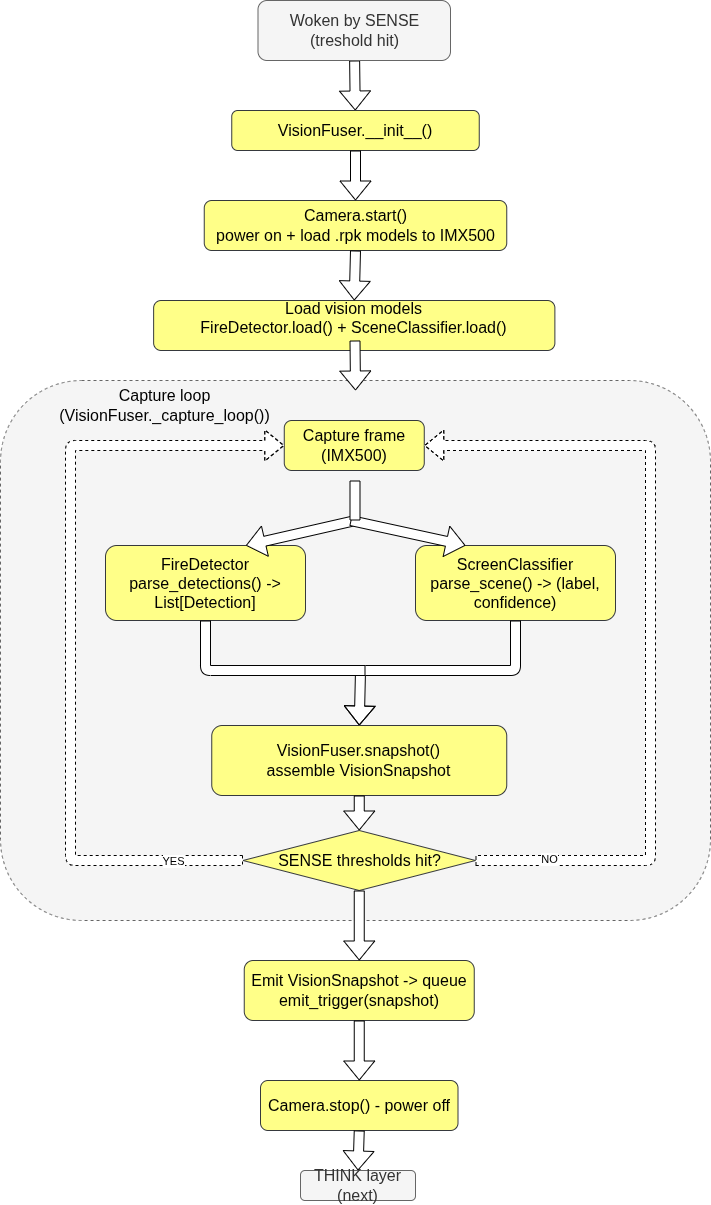
maya-fakih/smart_fire_extinguisher keeps this draw.io diagram as assets/flowchart_see.png. Above is the earlier version. Source tidied: cells renumbered, new cells last; positions are measured from the earlier drawing's top-left corner, leaving out a move shared by most shapes.
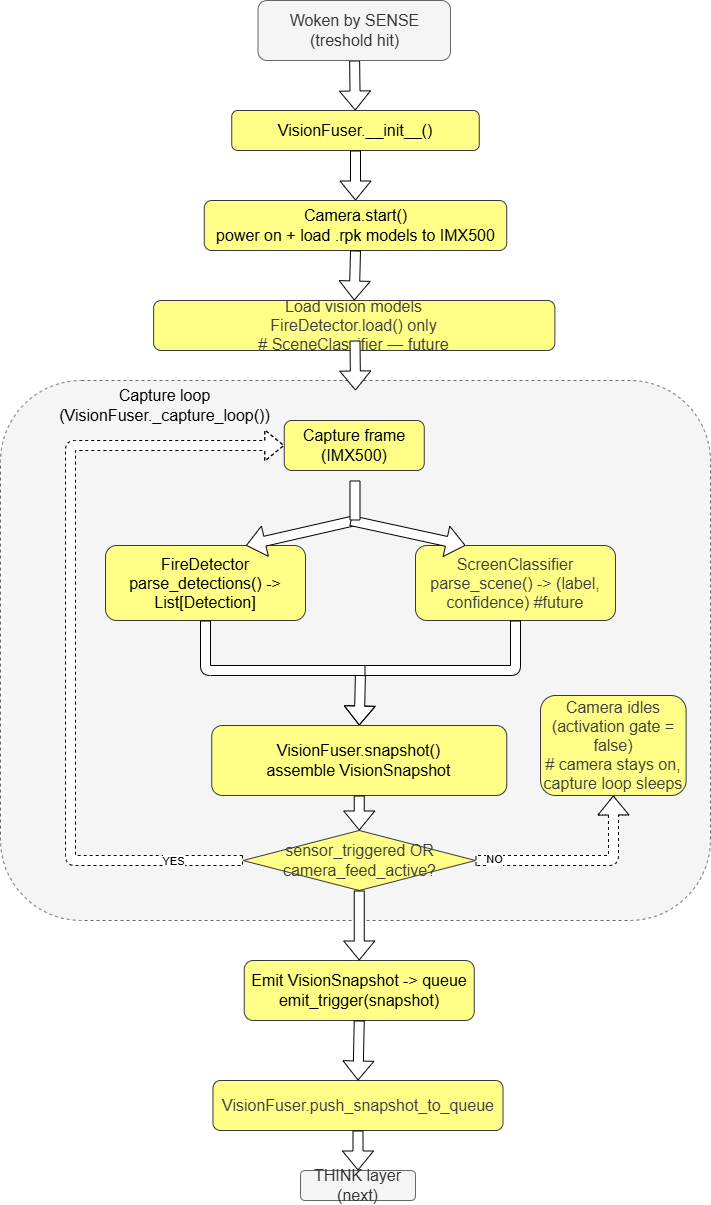
The same diagram one commit later.

Diff of the diagram source:
```diff
@@ -17,7 +17,7 @@
     <mxCell id="6" value="&lt;font style=&quot;font-size: 16px;&quot;&gt;Camera.start()&lt;/font&gt;&lt;div&gt;&lt;font style=&quot;font-size: 16px;&quot;&gt;power on + load .rpk models to IMX500&lt;/font&gt;&lt;/div&gt;" style="rounded=1;whiteSpace=wrap;html=1;fillColor=#ffff88;strokeColor=#36393d;" parent="1" vertex="1">
       <mxGeometry x="203.8" y="200" width="302.5" height="50" as="geometry" />
     </mxCell>
-    <mxCell id="7" value="&lt;font style=&quot;font-size: 16px;&quot;&gt;Load vision models&lt;/font&gt;&lt;div&gt;&lt;font style=&quot;font-size: 16px;&quot; color=&quot;#000000&quot;&gt;FireDetector.load() + SceneClassifier.load()&lt;br&gt;&lt;/font&gt;&lt;div&gt;&lt;br&gt;&lt;/div&gt;&lt;/div&gt;" style="rounded=1;whiteSpace=wrap;html=1;fillColor=#ffff88;strokeColor=#36393d;" parent="1" vertex="1">
+    <mxCell id="7" value="&lt;div&gt;&lt;div&gt;&lt;font style=&quot;scrollbar-color: rgb(226, 226, 226) rgb(251, 251, 251); font-size: 16px; color: rgb(63, 63, 63);&quot;&gt;Load vision models&lt;/font&gt;&lt;div style=&quot;scrollbar-color: rgb(226, 226, 226) rgb(251, 251, 251); color: rgb(63, 63, 63);&quot;&gt;&lt;font style=&quot;scrollbar-color: rgb(226, 226, 226) rgb(251, 251, 251); font-size: 16px; color: rgb(63, 63, 63);&quot;&gt;FireDetector.load() only&lt;br style=&quot;scrollbar-color: rgb(226, 226, 226) rgb(251, 251, 251); color: rgb(63, 63, 63);&quot;&gt;# SceneClassifier — future&lt;/font&gt;&lt;/div&gt;&lt;/div&gt;&lt;/div&gt;" style="rounded=1;whiteSpace=wrap;html=1;fillColor=#ffff88;strokeColor=#36393d;" parent="1" vertex="1">
       <mxGeometry x="153.1" y="300" width="401.2" height="50" as="geometry" />
     </mxCell>
     <mxCell id="8" style="endArrow=classic;html=1;entryX=0.5;entryY=0;entryDx=0;entryDy=0;exitX=0.5;exitY=1;exitDx=0;exitDy=0;shape=flexArrow;fillColor=default;" parent="1" edge="1" source="5" target="6">
@@ -38,7 +38,7 @@
     <mxCell id="12" value="&lt;font style=&quot;font-size: 16px;&quot;&gt;FireDetector&lt;/font&gt;&lt;div&gt;&lt;font style=&quot;font-size: 16px;&quot;&gt;parse_detections() -&amp;gt; List[Detection]&lt;/font&gt;&lt;/div&gt;" style="rounded=1;whiteSpace=wrap;html=1;fillColor=#ffff88;strokeColor=#36393d;" parent="1" vertex="1">
       <mxGeometry x="105" y="545" width="200" height="75" as="geometry" />
     </mxCell>
-    <mxCell id="13" value="&lt;font style=&quot;font-size: 16px;&quot;&gt;ScreenClassifier&lt;/font&gt;&lt;div&gt;&lt;font style=&quot;font-size: 16px;&quot;&gt;parse_scene() -&amp;gt; (label, confidence)&lt;/font&gt;&lt;/div&gt;" style="rounded=1;whiteSpace=wrap;html=1;fillColor=#ffff88;strokeColor=#36393d;" parent="1" vertex="1">
+    <mxCell id="13" value="&lt;font style=&quot;color: rgb(63, 63, 63); scrollbar-color: rgb(226, 226, 226) rgb(251, 251, 251); font-size: 16px;&quot;&gt;ScreenClassifier&lt;/font&gt;&lt;div style=&quot;color: rgb(63, 63, 63); scrollbar-color: rgb(226, 226, 226) rgb(251, 251, 251);&quot;&gt;&lt;font style=&quot;color: rgb(63, 63, 63); scrollbar-color: rgb(226, 226, 226) rgb(251, 251, 251); font-size: 16px;&quot;&gt;parse_scene() -&amp;gt; (label, confidence) #future&lt;/font&gt;&lt;/div&gt;" style="rounded=1;whiteSpace=wrap;html=1;fillColor=#ffff88;strokeColor=#36393d;" parent="1" vertex="1">
       <mxGeometry x="415" y="545" width="200" height="75" as="geometry" />
     </mxCell>
     <mxCell id="14" style="endArrow=classic;html=1;entryX=0.702;entryY=0;entryDx=0;entryDy=0;entryPerimeter=0;shape=flexArrow;fillColor=default;" parent="1" edge="1" target="12">
@@ -76,7 +76,7 @@
     <mxCell id="19" value="&lt;font style=&quot;font-size: 16px;&quot;&gt;VisionFuser.snapshot()&lt;/font&gt;&lt;div&gt;&lt;font style=&quot;font-size: 16px;&quot;&gt;assemble VisionSnapshot&lt;/font&gt;&lt;/div&gt;" style="rounded=1;whiteSpace=wrap;html=1;fillColor=#ffff88;strokeColor=#36393d;" parent="1" vertex="1">
       <mxGeometry x="211.2" y="725" width="295" height="70" as="geometry" />
     </mxCell>
-    <mxCell id="20" value="&lt;font style=&quot;font-size: 16px;&quot;&gt;SENSE thresholds hit?&lt;/font&gt;" style="rhombus;whiteSpace=wrap;html=1;fillColor=#ffff88;strokeColor=#36393d;" parent="1" vertex="1">
+    <mxCell id="20" value="&lt;span style=&quot;color: rgb(63, 63, 63); font-size: 16px;&quot;&gt;sensor_triggered OR camera_feed_active?&lt;/span&gt;" style="rhombus;whiteSpace=wrap;html=1;fillColor=#ffff88;strokeColor=#36393d;" parent="1" vertex="1">
       <mxGeometry x="242.5" y="830" width="232.5" height="60" as="geometry" />
     </mxCell>
     <mxCell id="21" style="endArrow=classic;html=1;entryX=0.5;entryY=0;entryDx=0;entryDy=0;exitX=0.5;exitY=1;exitDx=0;exitDy=0;shape=flexArrow;fillColor=default;" parent="1" edge="1" source="19" target="20">
@@ -93,11 +93,11 @@
     <mxCell id="23" value="YES" style="edgeLabel;html=1;align=center;verticalAlign=middle;" parent="22" vertex="1">
       <mxGeometry x="-0.82" relative="1" as="geometry" />
     </mxCell>
-    <mxCell id="24" style="endArrow=classic;html=1;exitX=1;exitY=0.5;exitDx=0;exitDy=0;dashed=1;entryX=1;entryY=0.5;entryDx=0;entryDy=0;shape=flexArrow;fillColor=default;" parent="1" edge="1" source="20" target="11">
+    <mxCell id="24" style="endArrow=classic;html=1;exitX=1;exitY=0.5;exitDx=0;exitDy=0;dashed=1;entryX=0.5;entryY=1;entryDx=0;entryDy=0;shape=flexArrow;fillColor=default;" parent="1" edge="1" source="20" target="33">
       <mxGeometry relative="1" as="geometry">
         <Array as="points">
-          <mxPoint x="650" y="860" />
-          <mxPoint x="650" y="445" />
+          <mxPoint x="613" y="860" />
+          <mxPoint x="613" y="830" />
         </Array>
       </mxGeometry>
     </mxCell>
@@ -110,8 +110,8 @@
     <mxCell id="27" style="endArrow=classic;html=1;entryX=0.5;entryY=0;entryDx=0;entryDy=0;exitX=0.5;exitY=1;exitDx=0;exitDy=0;shape=flexArrow;fillColor=default;" parent="1" edge="1" source="20" target="26">
       <mxGeometry relative="1" as="geometry" />
     </mxCell>
-    <mxCell id="28" value="&lt;font style=&quot;font-size: 16px;&quot;&gt;Camera.stop() - power off&lt;/font&gt;" style="rounded=1;whiteSpace=wrap;html=1;fillColor=#ffff88;strokeColor=#36393d;" parent="1" vertex="1">
-      <mxGeometry x="260" y="1080" width="197.5" height="50" as="geometry" />
+    <mxCell id="28" value="&lt;span style=&quot;color: rgb(63, 63, 63); font-size: 16px;&quot;&gt;VisionFuser.push_snapshot_to_queue&lt;/span&gt;" style="rounded=1;whiteSpace=wrap;html=1;fillColor=#ffff88;strokeColor=#36393d;" parent="1" vertex="1">
+      <mxGeometry x="212.5" y="1080" width="290" height="50" as="geometry" />
     </mxCell>
     <mxCell id="29" style="endArrow=classic;html=1;exitX=0.5;exitY=1;exitDx=0;exitDy=0;entryX=0.5;entryY=0;entryDx=0;entryDy=0;shape=flexArrow;fillColor=default;" parent="1" edge="1" source="28" target="30">
       <mxGeometry relative="1" as="geometry" />
@@ -125,5 +125,8 @@
     <mxCell id="32" value="&lt;font style=&quot;font-size: 16px;&quot;&gt;Capture loop (VisionFuser._capture_loop())&lt;/font&gt;" style="text;html=1;align=center;verticalAlign=middle;whiteSpace=wrap;rounded=0;" parent="1" vertex="1">
       <mxGeometry x="58" y="390" width="212.5" height="30" as="geometry" />
     </mxCell>
+    <mxCell id="33" value="&lt;span style=&quot;color: rgb(63, 63, 63); font-size: 16px;&quot;&gt;Camera idles (activation gate = false)&lt;/span&gt;&lt;br style=&quot;color: rgb(63, 63, 63); scrollbar-color: rgb(226, 226, 226) rgb(251, 251, 251); font-size: 16px;&quot;&gt;&lt;span style=&quot;color: rgb(63, 63, 63); font-size: 16px;&quot;&gt;# camera stays on, capture loop sleeps&lt;/span&gt;" style="rounded=1;whiteSpace=wrap;html=1;fillColor=#ffff88;strokeColor=#36393d;" parent="1" vertex="1">
+      <mxGeometry x="540" y="695" width="145.6" height="100" as="geometry" />
+    </mxCell>
   </root>
 </mxGraphModel>
```
